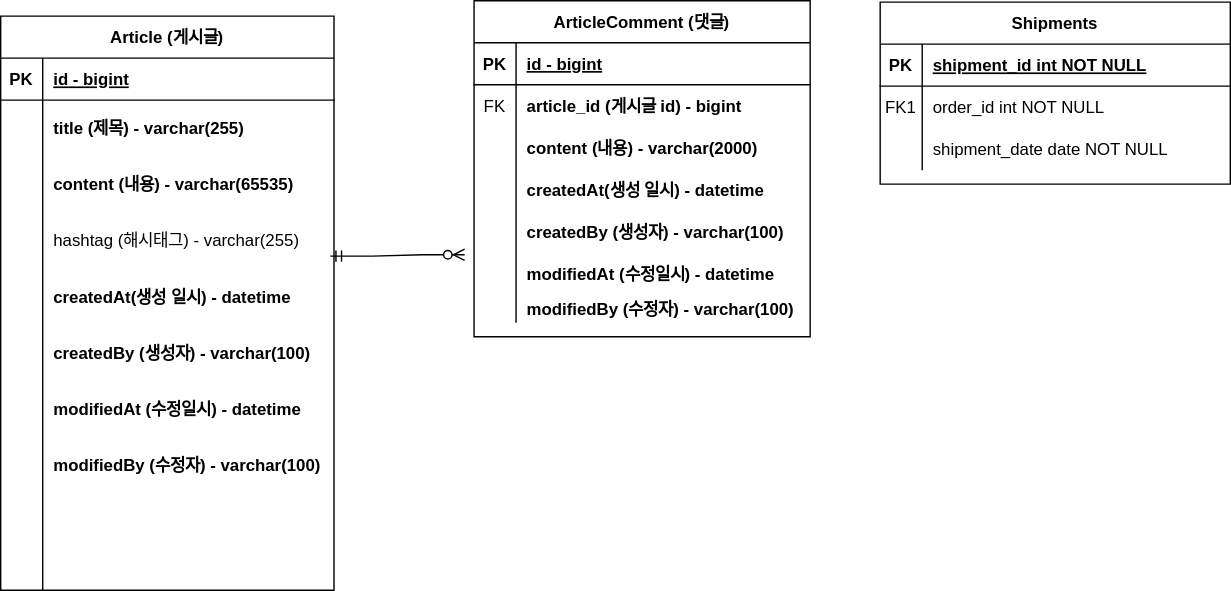
Before: document/project-board-ERD.drawio.svg, a diagram exported from draw.io (byeong-chang/project-board). Source tidied: cells renumbered, new cells last; positions are measured from the earlier drawing's top-left corner, leaving out a move shared by most shapes.
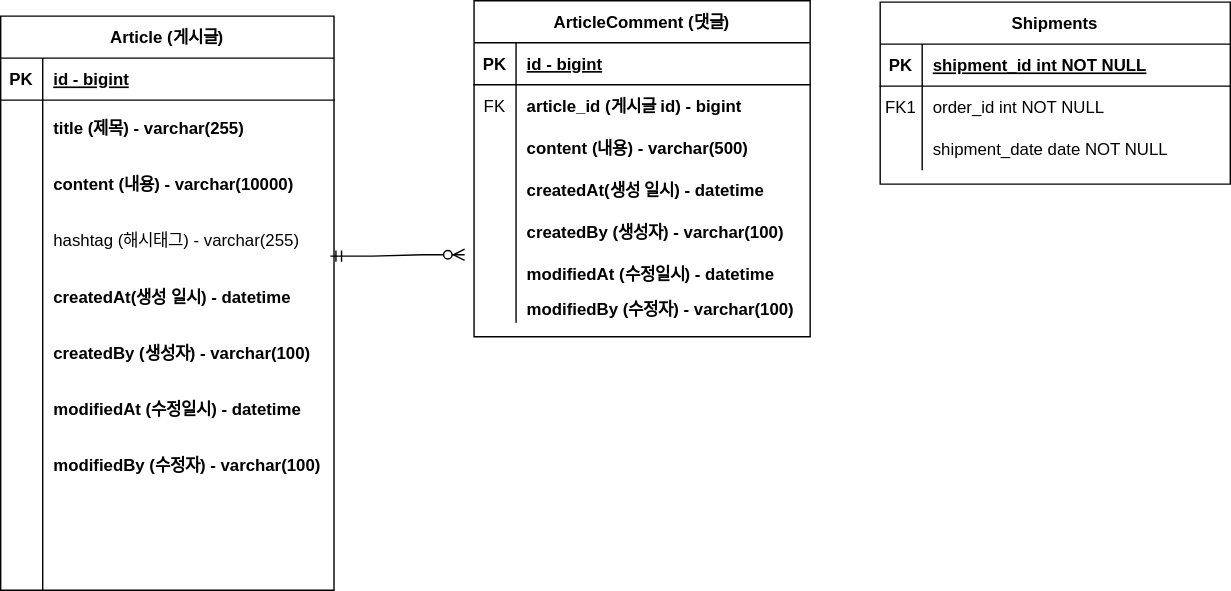
After the commit.

Commit message:
#14 - erd 업데이트

What changed in the source:
```diff
@@ -29,7 +29,7 @@
     <mxCell id="10" style="shape=partialRectangle;overflow=hidden;fillColor=none;top=0;left=0;bottom=0;right=0;" parent="9" vertex="1">
       <mxGeometry width="30" height="30" as="geometry" />
     </mxCell>
-    <mxCell id="11" value="content (내용) - varchar(2000)" style="shape=partialRectangle;overflow=hidden;fillColor=none;top=0;left=0;bottom=0;right=0;align=left;spacingLeft=6;fontStyle=1;" parent="9" vertex="1">
+    <mxCell id="11" value="content (내용) - varchar(500)" style="shape=partialRectangle;overflow=hidden;fillColor=none;top=0;left=0;bottom=0;right=0;align=left;spacingLeft=6;fontStyle=1;" parent="9" vertex="1">
       <mxGeometry x="30" width="210" height="30" as="geometry" />
     </mxCell>
     <mxCell id="12" style="shape=partialRectangle;fillColor=none;top=0;left=0;right=0;bottom=0;" parent="2" vertex="1">
@@ -125,7 +125,7 @@
     <mxCell id="42" style="shape=partialRectangle;overflow=hidden;fillColor=none;top=0;left=0;bottom=0;right=0;" parent="41" vertex="1">
       <mxGeometry width="30" height="40" as="geometry" />
     </mxCell>
-    <mxCell id="43" value="content (내용) - varchar(65535)" style="shape=partialRectangle;overflow=hidden;fillColor=none;top=0;left=0;bottom=0;right=0;align=left;spacingLeft=6;fontStyle=1;" parent="41" vertex="1">
+    <mxCell id="43" value="content (내용) - varchar(10000)" style="shape=partialRectangle;overflow=hidden;fillColor=none;top=0;left=0;bottom=0;right=0;align=left;spacingLeft=6;fontStyle=1;" parent="41" vertex="1">
       <mxGeometry x="30" width="208" height="40" as="geometry" />
     </mxCell>
     <mxCell id="44" style="shape=partialRectangle;fillColor=none;points=[[0,0.5],[1,0.5]];portConstraint=eastwest;top=0;left=0;right=0;bottom=0;" parent="34" vertex="1">
```
